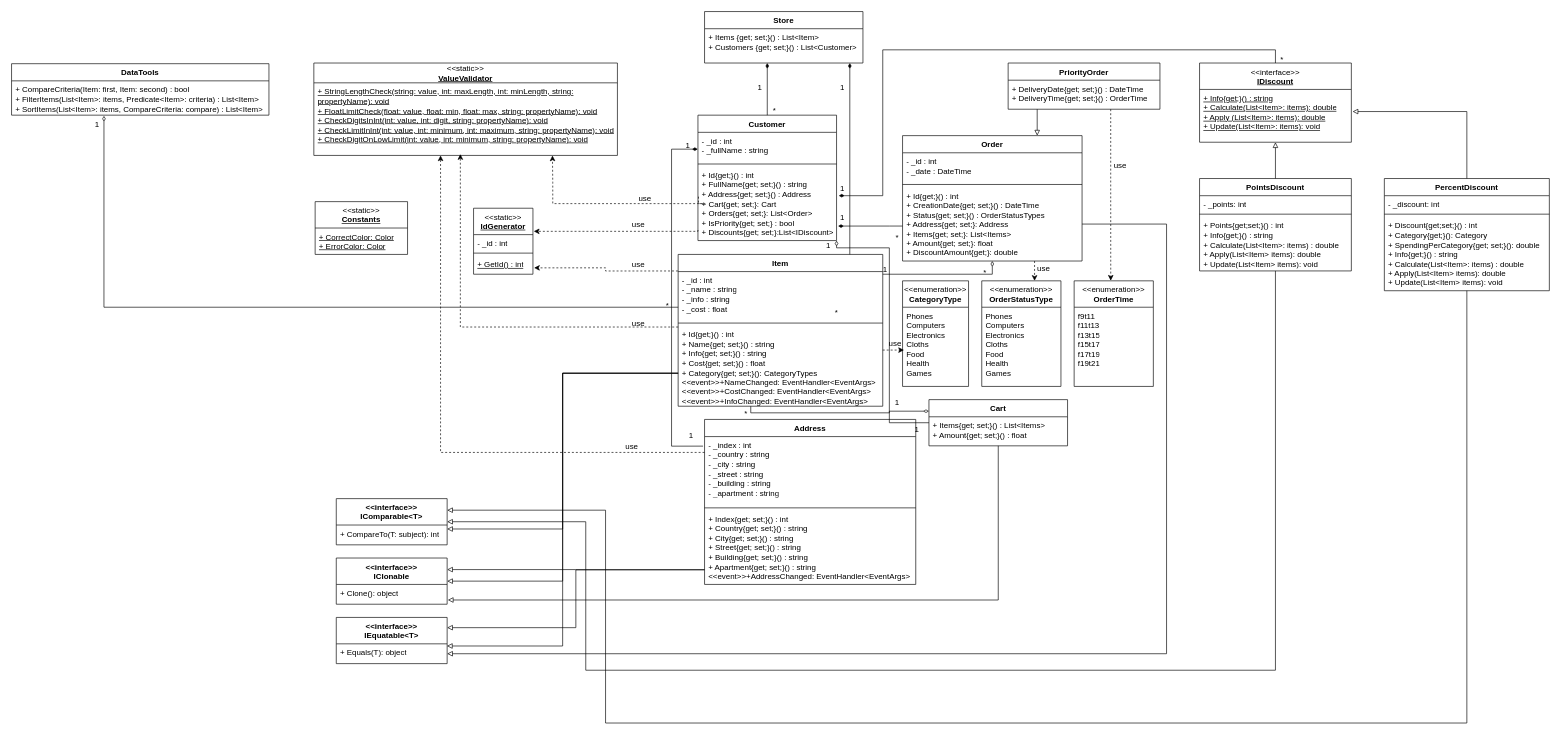
Before: oop-winform/Diagram.drawio in antoniocra04/oop-winform, a draw.io diagram. Source tidied: cells renumbered, new cells numbered last; positions are measured from the earlier drawing's top-left corner, leaving out a move shared by most shapes. Both pictures are drawn from the tidied source at 66%, with x=0, y=0 at pixel (11, 11).
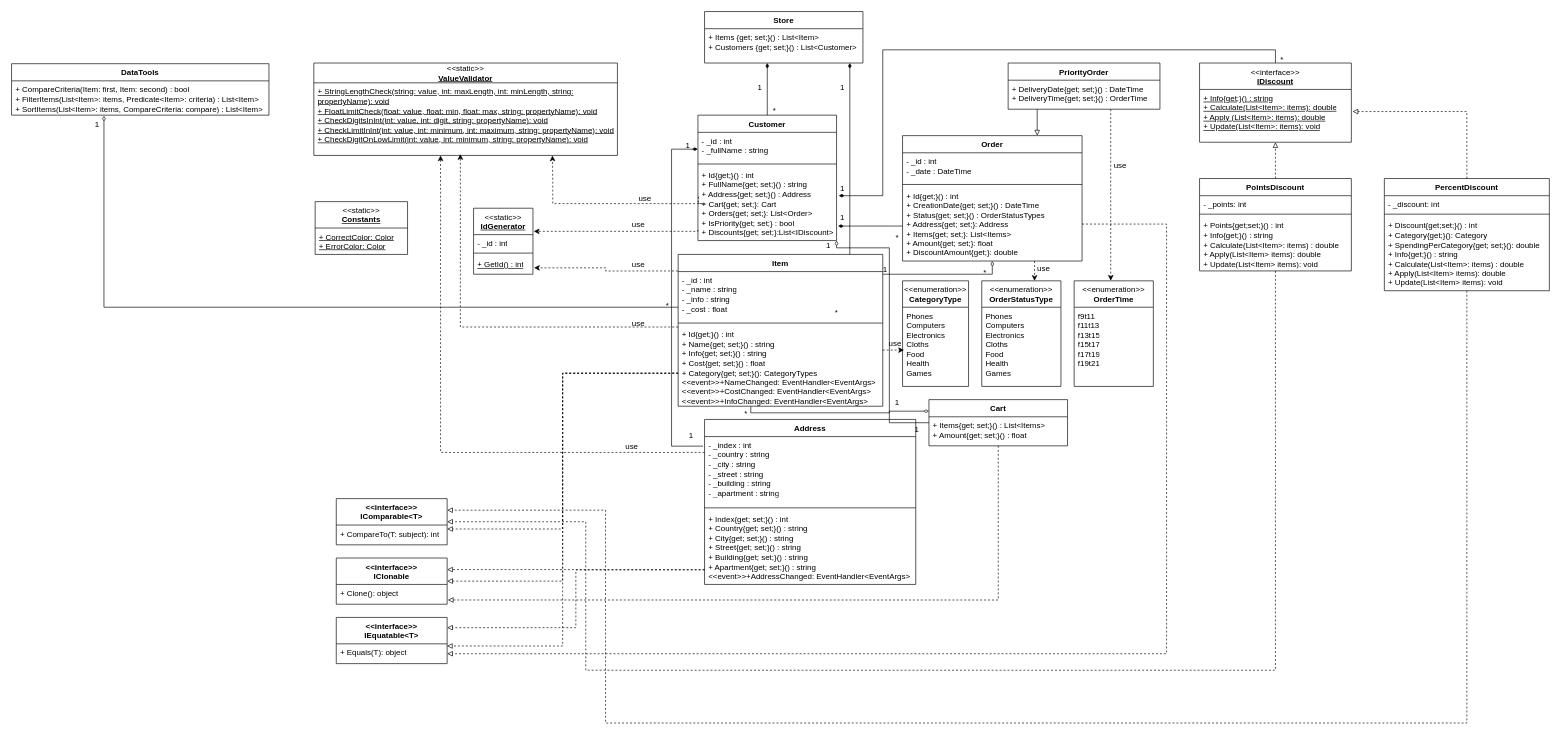
After the change.

Commit message (it also covers changes not shown here):
fix(diagram): исправлены замечания

The change refers to these unchanged cells:
```xml
<mxCell id="7" value="Item" style="swimlane;fontStyle=1;align=center;verticalAlign=top;horizontal=1;startSize=26;whiteSpace=wrap;html=1;" parent="1" vertex="1">
  <mxGeometry x="1010" y="368" width="310" height="230" as="geometry" />
</mxCell>
<mxCell id="10" value="+ Id{get;}() : int&lt;br&gt;+ Name{get; set;}() : string&lt;br&gt;+ Info{get; set;}() : string&lt;br&gt;+ Cost{get; set;}() : float&lt;div&gt;+ Category{get; set;}(): CategoryTypes&lt;/div&gt;&lt;div&gt;&amp;lt;&amp;lt;event&amp;gt;&amp;gt;+NameChanged: EventHandler&amp;lt;EventArgs&amp;gt;&lt;/div&gt;&lt;div&gt;&amp;lt;&amp;lt;event&amp;gt;&amp;gt;+CostChanged: EventHandler&amp;lt;EventArgs&amp;gt;&lt;/div&gt;&lt;div&gt;&amp;lt;&amp;lt;event&amp;gt;&amp;gt;+InfoChanged: EventHandler&amp;lt;EventArgs&amp;gt;&lt;/div&gt;&lt;div&gt;&lt;br&gt;&lt;/div&gt;" style="text;strokeColor=none;fillColor=none;align=left;verticalAlign=top;spacingLeft=4;spacingRight=4;overflow=hidden;points=[[0,0.5],[1,0.5]];portConstraint=eastwest;whiteSpace=wrap;html=1;" parent="7" vertex="1">
  <mxGeometry y="108" width="310" height="122" as="geometry" />
</mxCell>
<mxCell id="25" value="Address" style="swimlane;fontStyle=1;align=center;verticalAlign=top;horizontal=1;startSize=26;whiteSpace=wrap;html=1;" parent="1" vertex="1">
  <mxGeometry x="1050" y="618" width="320" height="250" as="geometry" />
</mxCell>
<mxCell id="45" value="+ Items{get; set;}() : List&amp;lt;Items&amp;gt;&lt;br&gt;+ Amount{get; set;}() : float" style="text;strokeColor=none;fillColor=none;align=left;verticalAlign=top;spacingLeft=4;spacingRight=4;overflow=hidden;points=[[0,0.5],[1,0.5]];portConstraint=eastwest;whiteSpace=wrap;html=1;" parent="44" vertex="1">
  <mxGeometry y="26" width="210" height="44" as="geometry" />
</mxCell>
<mxCell id="49" value="+ Id{get;}() : int&lt;br&gt;+ CreationDate{get; set;}() : DateTime&lt;br&gt;+ Status{get; set;}() : OrderStatusTypes&lt;div&gt;+ Address{get; set;}: Address&lt;/div&gt;&lt;div&gt;+ Items{get; set;}: List&amp;lt;Items&amp;gt;&lt;/div&gt;&lt;div&gt;+ Amount{get; set;}: float&lt;/div&gt;&lt;div&gt;+ DiscountAmount{get;}: double&lt;/div&gt;" style="text;strokeColor=none;fillColor=none;align=left;verticalAlign=top;spacingLeft=4;spacingRight=4;overflow=hidden;points=[[0,0.5],[1,0.5]];portConstraint=eastwest;whiteSpace=wrap;html=1;" parent="46" vertex="1">
  <mxGeometry y="78" width="272" height="112" as="geometry" />
</mxCell>
<mxCell id="79" value="&lt;u&gt;+ Info{get;}() : string&lt;/u&gt;&lt;div&gt;&lt;u&gt;+ Calculate(List&amp;lt;Item&amp;gt;: items): double&lt;br&gt;&lt;/u&gt;&lt;div&gt;&lt;u&gt;+ Apply (List&amp;lt;Item&amp;gt;: items): double&lt;/u&gt;&lt;/div&gt;&lt;/div&gt;&lt;div&gt;&lt;u&gt;+ Update(List&amp;lt;Item&amp;gt;: items): void&lt;/u&gt;&lt;/div&gt;" style="text;strokeColor=none;fillColor=none;align=left;verticalAlign=top;spacingLeft=4;spacingRight=4;overflow=hidden;points=[[0,0.5],[1,0.5]];portConstraint=eastwest;whiteSpace=wrap;html=1;" parent="78" vertex="1">
  <mxGeometry y="40" width="230" height="80" as="geometry" />
</mxCell>
<mxCell id="81" value="PointsDiscount" style="swimlane;fontStyle=1;align=center;verticalAlign=top;horizontal=1;startSize=26;whiteSpace=wrap;html=1;" parent="1" vertex="1">
  <mxGeometry x="1800" y="253" width="230" height="140" as="geometry" />
</mxCell>
<mxCell id="87" value="PercentDiscount" style="swimlane;fontStyle=1;align=center;verticalAlign=top;horizontal=1;startSize=26;whiteSpace=wrap;html=1;" parent="1" vertex="1">
  <mxGeometry x="2080" y="253" width="250" height="170" as="geometry" />
</mxCell>
<mxCell id="95" value="&amp;lt;&amp;lt;interface&amp;gt;&amp;gt;&lt;div&gt;IComparable&amp;lt;T&amp;gt;&lt;/div&gt;" style="swimlane;fontStyle=1;align=center;verticalAlign=top;horizontal=1;startSize=40;whiteSpace=wrap;html=1;" parent="1" vertex="1">
  <mxGeometry x="492" y="738" width="168" height="70" as="geometry" />
</mxCell>
<mxCell id="96" value="+ CompareTo(T: subject): int" style="text;strokeColor=none;fillColor=none;align=left;verticalAlign=top;spacingLeft=4;spacingRight=4;overflow=hidden;points=[[0,0.5],[1,0.5]];portConstraint=eastwest;whiteSpace=wrap;html=1;" parent="95" vertex="1">
  <mxGeometry y="40" width="168" height="30" as="geometry" />
</mxCell>
<mxCell id="97" value="&amp;lt;&amp;lt;interface&amp;gt;&amp;gt;&lt;div&gt;IClonable&lt;/div&gt;" style="swimlane;fontStyle=1;align=center;verticalAlign=top;horizontal=1;startSize=40;whiteSpace=wrap;html=1;" parent="1" vertex="1">
  <mxGeometry x="492" y="828" width="168" height="70" as="geometry" />
</mxCell>
<mxCell id="98" value="+ Clone(): object" style="text;strokeColor=none;fillColor=none;align=left;verticalAlign=top;spacingLeft=4;spacingRight=4;overflow=hidden;points=[[0,0.5],[1,0.5]];portConstraint=eastwest;whiteSpace=wrap;html=1;" parent="97" vertex="1">
  <mxGeometry y="40" width="168" height="30" as="geometry" />
</mxCell>
<mxCell id="100" value="+ Equals(T): object" style="text;strokeColor=none;fillColor=none;align=left;verticalAlign=top;spacingLeft=4;spacingRight=4;overflow=hidden;points=[[0,0.5],[1,0.5]];portConstraint=eastwest;whiteSpace=wrap;html=1;" parent="99" vertex="1">
  <mxGeometry y="40" width="168" height="30" as="geometry" />
</mxCell>
```

The edit, as a diff of the source:
```diff
@@
-    <mxCell id="6" style="edgeStyle=orthogonalEdgeStyle;rounded=0;jettySize=auto;html=1;entryX=1;entryY=0.5;entryDx=0;entryDy=0;endArrow=block;endFill=0;" parent="1" edge="1" source="7" target="97">
+    <mxCell id="6" style="edgeStyle=orthogonalEdgeStyle;rounded=0;jettySize=auto;html=1;entryX=1;entryY=0.5;entryDx=0;entryDy=0;endArrow=block;endFill=0;dashed=1;" parent="1" edge="1" source="7" target="97">
       <mxGeometry relative="1" as="geometry">
         <Array as="points">
           <mxPoint x="835" y="548" />
           <mxPoint x="835" y="863" />
         </Array>
       </mxGeometry>
     </mxCell>
@@
-    <mxCell id="24" style="edgeStyle=orthogonalEdgeStyle;rounded=0;jettySize=auto;html=1;entryX=1;entryY=0.25;entryDx=0;entryDy=0;endArrow=block;endFill=0;" parent="1" edge="1" source="25" target="97">
+    <mxCell id="24" style="edgeStyle=orthogonalEdgeStyle;rounded=0;jettySize=auto;html=1;entryX=1;entryY=0.25;entryDx=0;entryDy=0;endArrow=block;endFill=0;dashed=1;" parent="1" edge="1" source="25" target="97">
       <mxGeometry relative="1" as="geometry">
         <Array as="points">
           <mxPoint x="855" y="846" />
         </Array>
       </mxGeometry>
     </mxCell>
@@
-    <mxCell id="80" style="edgeStyle=orthogonalEdgeStyle;rounded=0;jettySize=auto;html=1;entryX=1;entryY=0.5;entryDx=0;entryDy=0;endArrow=block;endFill=0;" parent="1" edge="1" source="81" target="95">
+    <mxCell id="80" style="edgeStyle=orthogonalEdgeStyle;rounded=0;jettySize=auto;html=1;entryX=1;entryY=0.5;entryDx=0;entryDy=0;endArrow=block;endFill=0;dashed=1;" parent="1" edge="1" source="81" target="95">
       <mxGeometry relative="1" as="geometry">
         <Array as="points">
           <mxPoint x="1915" y="998" />
           <mxPoint x="870" y="998" />
           <mxPoint x="870" y="773" />
         </Array>
       </mxGeometry>
     </mxCell>
@@
-    <mxCell id="85" style="edgeStyle=orthogonalEdgeStyle;rounded=0;jettySize=auto;html=1;entryX=0.5;entryY=1;entryDx=0;entryDy=0;entryPerimeter=0;endArrow=block;endFill=0;" parent="1" edge="1" source="81" target="79">
+    <mxCell id="85" style="edgeStyle=orthogonalEdgeStyle;rounded=0;jettySize=auto;html=1;entryX=0.5;entryY=1;entryDx=0;entryDy=0;entryPerimeter=0;endArrow=block;endFill=0;dashed=1;" parent="1" edge="1" source="81" target="79">
       <mxGeometry relative="1" as="geometry" />
     </mxCell>
-    <mxCell id="86" style="edgeStyle=orthogonalEdgeStyle;rounded=0;jettySize=auto;html=1;entryX=1;entryY=0.25;entryDx=0;entryDy=0;endArrow=block;endFill=0;" parent="1" edge="1" source="87" target="95">
+    <mxCell id="86" style="edgeStyle=orthogonalEdgeStyle;rounded=0;jettySize=auto;html=1;entryX=1;entryY=0.25;entryDx=0;entryDy=0;endArrow=block;endFill=0;dashed=1;" parent="1" edge="1" source="87" target="95">
       <mxGeometry relative="1" as="geometry">
         <Array as="points">
           <mxPoint x="2205" y="1078" />
           <mxPoint x="900" y="1078" />
           <mxPoint x="900" y="756" />
         </Array>
       </mxGeometry>
     </mxCell>
@@
-    <mxCell id="91" style="edgeStyle=orthogonalEdgeStyle;rounded=0;jettySize=auto;html=1;entryX=1.008;entryY=0.419;entryDx=0;entryDy=0;entryPerimeter=0;endArrow=block;endFill=0;" parent="1" edge="1" source="87" target="79">
+    <mxCell id="91" style="edgeStyle=orthogonalEdgeStyle;rounded=0;jettySize=auto;html=1;entryX=1.008;entryY=0.419;entryDx=0;entryDy=0;entryPerimeter=0;endArrow=block;endFill=0;dashed=1;" parent="1" edge="1" source="87" target="79">
       <mxGeometry relative="1" as="geometry" />
     </mxCell>
@@
-    <mxCell id="101" style="edgeStyle=orthogonalEdgeStyle;rounded=0;jettySize=auto;html=1;endArrow=block;endFill=0;" parent="1" edge="1" source="10" target="96">
+    <mxCell id="101" style="edgeStyle=orthogonalEdgeStyle;rounded=0;jettySize=auto;html=1;endArrow=block;endFill=0;dashed=1;" parent="1" edge="1" source="10" target="96">
       <mxGeometry relative="1" as="geometry">
         <Array as="points">
           <mxPoint x="835" y="548" />
           <mxPoint x="835" y="784" />
         </Array>
       </mxGeometry>
     </mxCell>
-    <mxCell id="102" style="edgeStyle=orthogonalEdgeStyle;rounded=0;jettySize=auto;html=1;entryX=0.998;entryY=0.109;entryDx=0;entryDy=0;entryPerimeter=0;endArrow=block;endFill=0;" parent="1" edge="1" source="10" target="100">
+    <mxCell id="102" style="edgeStyle=orthogonalEdgeStyle;rounded=0;jettySize=auto;html=1;entryX=0.998;entryY=0.109;entryDx=0;entryDy=0;entryPerimeter=0;endArrow=block;endFill=0;dashed=1;" parent="1" edge="1" source="10" target="100">
       <mxGeometry relative="1" as="geometry">
         <Array as="points">
           <mxPoint x="835" y="548" />
           <mxPoint x="835" y="961" />
         </Array>
       </mxGeometry>
     </mxCell>
-    <mxCell id="103" style="edgeStyle=orthogonalEdgeStyle;rounded=0;jettySize=auto;html=1;entryX=1.006;entryY=0.786;entryDx=0;entryDy=0;entryPerimeter=0;endArrow=block;endFill=0;" parent="1" edge="1" source="45" target="98">
+    <mxCell id="103" style="edgeStyle=orthogonalEdgeStyle;rounded=0;jettySize=auto;html=1;entryX=1.006;entryY=0.786;entryDx=0;entryDy=0;entryPerimeter=0;endArrow=block;endFill=0;dashed=1;" parent="1" edge="1" source="45" target="98">
       <mxGeometry relative="1" as="geometry">
         <Array as="points">
           <mxPoint x="1495" y="892" />
         </Array>
       </mxGeometry>
     </mxCell>
-    <mxCell id="104" style="edgeStyle=orthogonalEdgeStyle;rounded=0;orthogonalLoop=1;jettySize=auto;html=1;entryX=1;entryY=0.25;entryDx=0;entryDy=0;endArrow=block;endFill=0;" parent="1" edge="1">
+    <mxCell id="104" style="edgeStyle=orthogonalEdgeStyle;rounded=0;orthogonalLoop=1;jettySize=auto;html=1;entryX=1;entryY=0.25;entryDx=0;entryDy=0;endArrow=block;endFill=0;dashed=1;" parent="1" edge="1">
       <mxGeometry relative="1" as="geometry">
         <mxPoint x="1050" y="846" as="sourcePoint" />
         <mxPoint x="660" y="933.5" as="targetPoint" />
         <Array as="points">
           <mxPoint x="855" y="846" />
           <mxPoint x="855" y="934" />
         </Array>
       </mxGeometry>
     </mxCell>
-    <mxCell id="105" style="edgeStyle=orthogonalEdgeStyle;rounded=0;jettySize=auto;html=1;entryX=1;entryY=0.5;entryDx=0;entryDy=0;endArrow=block;endFill=0;" parent="1" edge="1" source="49" target="100">
+    <mxCell id="105" style="edgeStyle=orthogonalEdgeStyle;rounded=0;jettySize=auto;html=1;entryX=1;entryY=0.5;entryDx=0;entryDy=0;endArrow=block;endFill=0;dashed=1;" parent="1" edge="1" source="49" target="100">
       <mxGeometry relative="1" as="geometry">
         <Array as="points">
           <mxPoint x="1750" y="322" />
           <mxPoint x="1750" y="973" />
         </Array>
       </mxGeometry>
     </mxCell>
```
